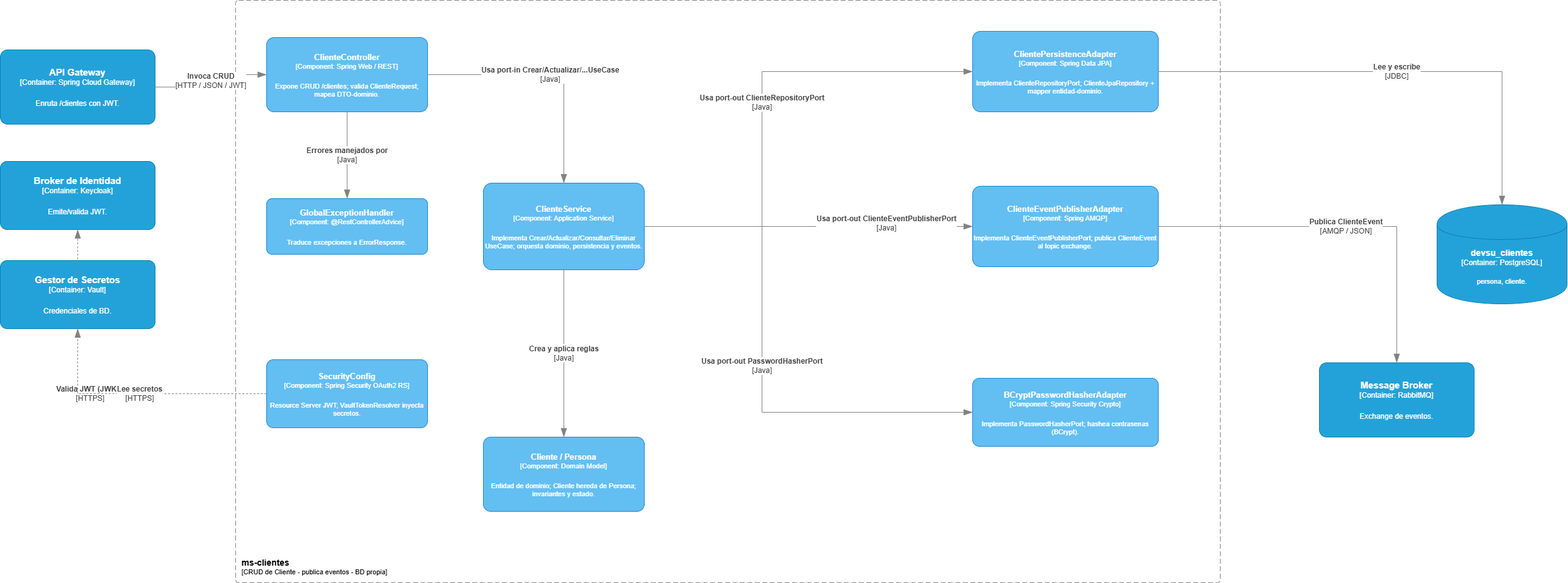
This is docs/diagramas/PruebaDevsu-C4-Nivel3-Componentes-ms-clientes.drawio.png from raziel214/ProyectoDevsuNet, a draw.io export, as it was before one commit. Source tidied: cells renumbered, new cells last; positions are measured from the earlier drawing's top-left corner, leaving out a move shared by most shapes.
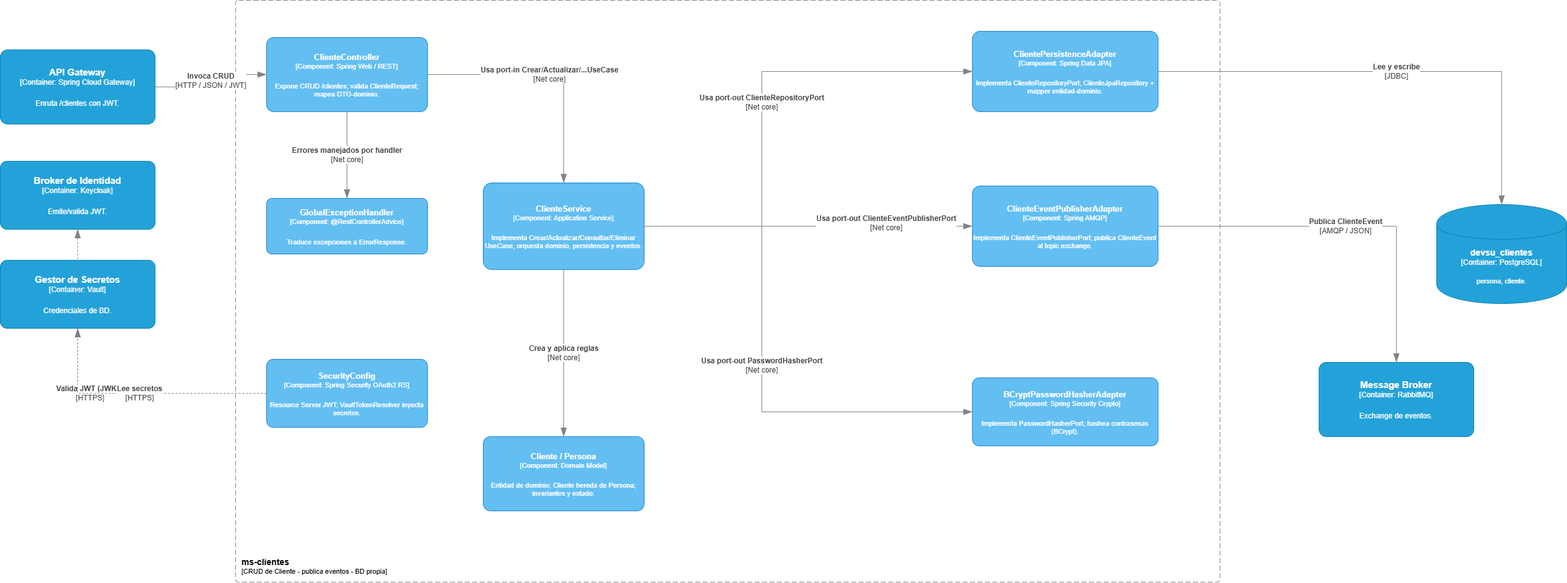
The same diagram one commit later.

Commit message:
Actualización diagramas .net

The edit, as a diff of the source:
```diff
@@ -77,22 +77,22 @@
         <mxGeometry relative="1" as="geometry" />
       </mxCell>
     </object>
-    <object id="17" label="&lt;div style=&quot;text-align: center&quot;&gt;&lt;b&gt;%c4Description%&lt;/b&gt;&lt;/div&gt;&lt;div style=&quot;text-align: center&quot;&gt;[%c4Technology%]&lt;/div&gt;" c4Description="Usa port-in Crear/Actualizar/...UseCase" c4Technology="Java" c4Type="Relationship" placeholders="1">
+    <object id="17" label="&lt;div style=&quot;text-align: center&quot;&gt;&lt;b&gt;%c4Description%&lt;/b&gt;&lt;/div&gt;&lt;div style=&quot;text-align: center&quot;&gt;[%c4Technology%]&lt;/div&gt;" c4Description="Usa port-in Crear/Actualizar/...UseCase" c4Technology="Net core" c4Type="Relationship" placeholders="1">
       <mxCell style="endArrow=blockThin;html=1;fontSize=12;fontColor=#404040;strokeWidth=1;endFill=1;strokeColor=#828282;elbow=vertical;endSize=12;startSize=12;jumpStyle=arc;jumpSize=14;rounded=0;edgeStyle=orthogonalEdgeStyle;" parent="1" edge="1" source="8" target="11">
         <mxGeometry relative="1" as="geometry" />
       </mxCell>
     </object>
-    <object id="18" label="&lt;div style=&quot;text-align: center&quot;&gt;&lt;b&gt;%c4Description%&lt;/b&gt;&lt;/div&gt;&lt;div style=&quot;text-align: center&quot;&gt;[%c4Technology%]&lt;/div&gt;" c4Description="Errores manejados por" c4Technology="Java" c4Type="Relationship" placeholders="1">
+    <object id="18" label="&lt;div style=&quot;text-align: center&quot;&gt;&lt;b&gt;%c4Description%&lt;/b&gt;&lt;/div&gt;&lt;div style=&quot;text-align: center&quot;&gt;[%c4Technology%]&lt;/div&gt;" c4Description="Errores manejados por handler" c4Technology="Net core" c4Type="Relationship" placeholders="1">
       <mxCell style="endArrow=blockThin;html=1;fontSize=12;fontColor=#404040;strokeWidth=1;endFill=1;strokeColor=#828282;elbow=vertical;endSize=12;startSize=12;jumpStyle=arc;jumpSize=14;rounded=0;edgeStyle=orthogonalEdgeStyle;" parent="1" edge="1" source="8" target="9">
         <mxGeometry relative="1" as="geometry" />
       </mxCell>
     </object>
-    <object id="19" label="&lt;div style=&quot;text-align: center&quot;&gt;&lt;b&gt;%c4Description%&lt;/b&gt;&lt;/div&gt;&lt;div style=&quot;text-align: center&quot;&gt;[%c4Technology%]&lt;/div&gt;" c4Description="Crea y aplica reglas" c4Technology="Java" c4Type="Relationship" placeholders="1">
+    <object id="19" label="&lt;div style=&quot;text-align: center&quot;&gt;&lt;b&gt;%c4Description%&lt;/b&gt;&lt;/div&gt;&lt;div style=&quot;text-align: center&quot;&gt;[%c4Technology%]&lt;/div&gt;" c4Description="Crea y aplica reglas" c4Technology="Net core" c4Type="Relationship" placeholders="1">
       <mxCell style="endArrow=blockThin;html=1;fontSize=12;fontColor=#404040;strokeWidth=1;endFill=1;strokeColor=#828282;elbow=vertical;endSize=12;startSize=12;jumpStyle=arc;jumpSize=14;rounded=0;edgeStyle=orthogonalEdgeStyle;" parent="1" edge="1" source="11" target="12">
         <mxGeometry relative="1" as="geometry" />
       </mxCell>
     </object>
-    <object id="20" label="&lt;div style=&quot;text-align: center&quot;&gt;&lt;b&gt;%c4Description%&lt;/b&gt;&lt;/div&gt;&lt;div style=&quot;text-align: center&quot;&gt;[%c4Technology%]&lt;/div&gt;" c4Description="Usa port-out ClienteRepositoryPort" c4Technology="Java" c4Type="Relationship" placeholders="1">
+    <object id="20" label="&lt;div style=&quot;text-align: center&quot;&gt;&lt;b&gt;%c4Description%&lt;/b&gt;&lt;/div&gt;&lt;div style=&quot;text-align: center&quot;&gt;[%c4Technology%]&lt;/div&gt;" c4Description="Usa port-out ClienteRepositoryPort" c4Technology="Net core" c4Type="Relationship" placeholders="1">
       <mxCell style="endArrow=blockThin;html=1;fontSize=12;fontColor=#404040;strokeWidth=1;endFill=1;strokeColor=#828282;elbow=vertical;endSize=12;startSize=12;jumpStyle=arc;jumpSize=14;rounded=0;edgeStyle=orthogonalEdgeStyle;entryX=0;entryY=0.5;entryDx=0;entryDy=0;entryPerimeter=0;" parent="1" edge="1" source="11" target="13">
         <mxGeometry relative="1" as="geometry">
           <Array as="points">
@@ -102,12 +102,12 @@
         </mxGeometry>
       </mxCell>
     </object>
-    <object id="21" label="&lt;div style=&quot;text-align: center&quot;&gt;&lt;b&gt;%c4Description%&lt;/b&gt;&lt;/div&gt;&lt;div style=&quot;text-align: center&quot;&gt;[%c4Technology%]&lt;/div&gt;" c4Description="Usa port-out ClienteEventPublisherPort" c4Technology="Java" c4Type="Relationship" placeholders="1">
+    <object id="21" label="&lt;div style=&quot;text-align: center&quot;&gt;&lt;b&gt;%c4Description%&lt;/b&gt;&lt;/div&gt;&lt;div style=&quot;text-align: center&quot;&gt;[%c4Technology%]&lt;/div&gt;" c4Description="Usa port-out ClienteEventPublisherPort" c4Technology="Net core" c4Type="Relationship" placeholders="1">
       <mxCell style="endArrow=blockThin;html=1;fontSize=12;fontColor=#404040;strokeWidth=1;endFill=1;strokeColor=#828282;elbow=vertical;endSize=12;startSize=12;jumpStyle=arc;jumpSize=14;rounded=0;edgeStyle=orthogonalEdgeStyle;" parent="1" edge="1" source="11" target="14">
         <mxGeometry x="0.48" y="5" relative="1" as="geometry" />
       </mxCell>
     </object>
-    <object id="22" label="&lt;div style=&quot;text-align: center&quot;&gt;&lt;b&gt;%c4Description%&lt;/b&gt;&lt;/div&gt;&lt;div style=&quot;text-align: center&quot;&gt;[%c4Technology%]&lt;/div&gt;" c4Description="Usa port-out PasswordHasherPort" c4Technology="Java" c4Type="Relationship" placeholders="1">
+    <object id="22" label="&lt;div style=&quot;text-align: center&quot;&gt;&lt;b&gt;%c4Description%&lt;/b&gt;&lt;/div&gt;&lt;div style=&quot;text-align: center&quot;&gt;[%c4Technology%]&lt;/div&gt;" c4Description="Usa port-out PasswordHasherPort" c4Technology="Net core" c4Type="Relationship" placeholders="1">
       <mxCell style="endArrow=blockThin;html=1;fontSize=12;fontColor=#404040;strokeWidth=1;endFill=1;strokeColor=#828282;elbow=vertical;endSize=12;startSize=12;jumpStyle=arc;jumpSize=14;rounded=0;edgeStyle=orthogonalEdgeStyle;entryX=0;entryY=0.5;entryDx=0;entryDy=0;" parent="1" edge="1" source="11" target="15">
         <mxGeometry relative="1" as="geometry">
           <Array as="points">
```
